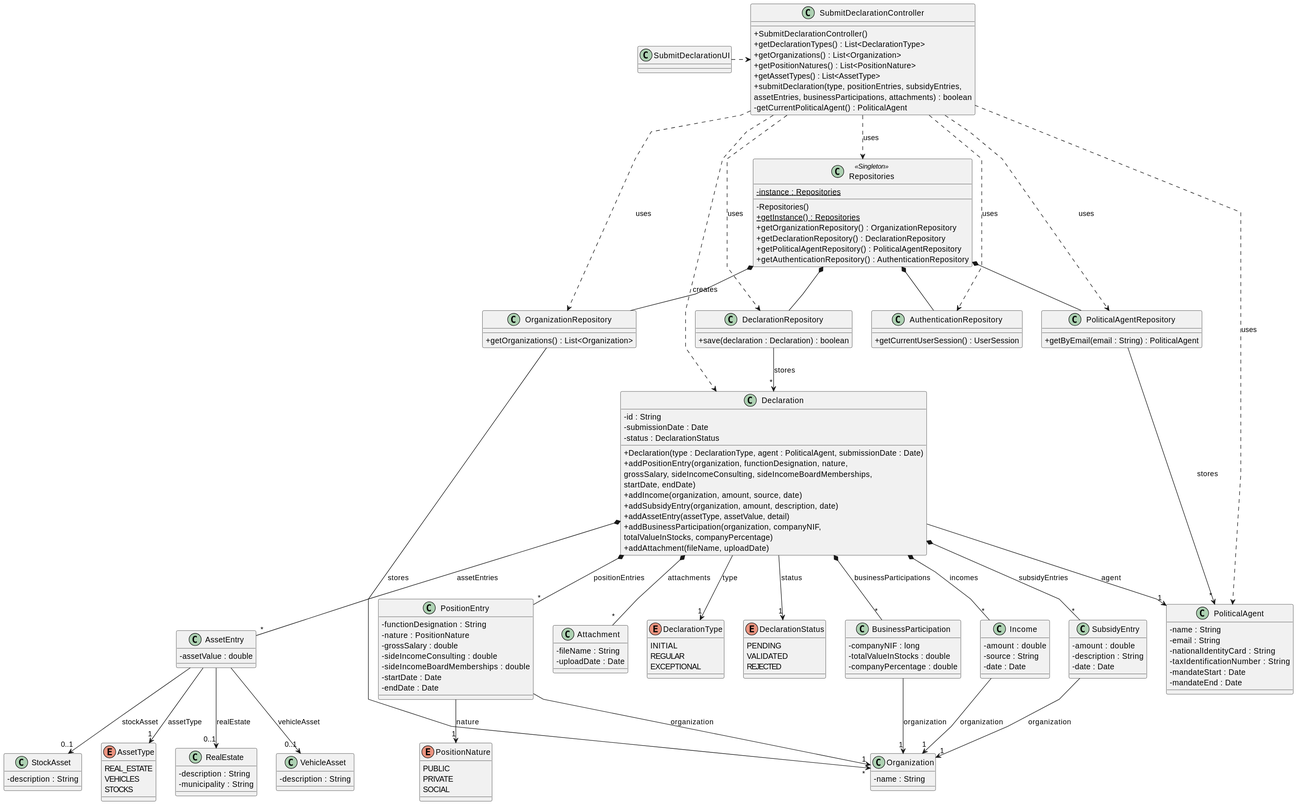
Before: docs/system-documentation/US06/03.design/svg/US06-CD.svg, a diagram exported from PlantUML (brunodspinto/crystal-clear-platform).
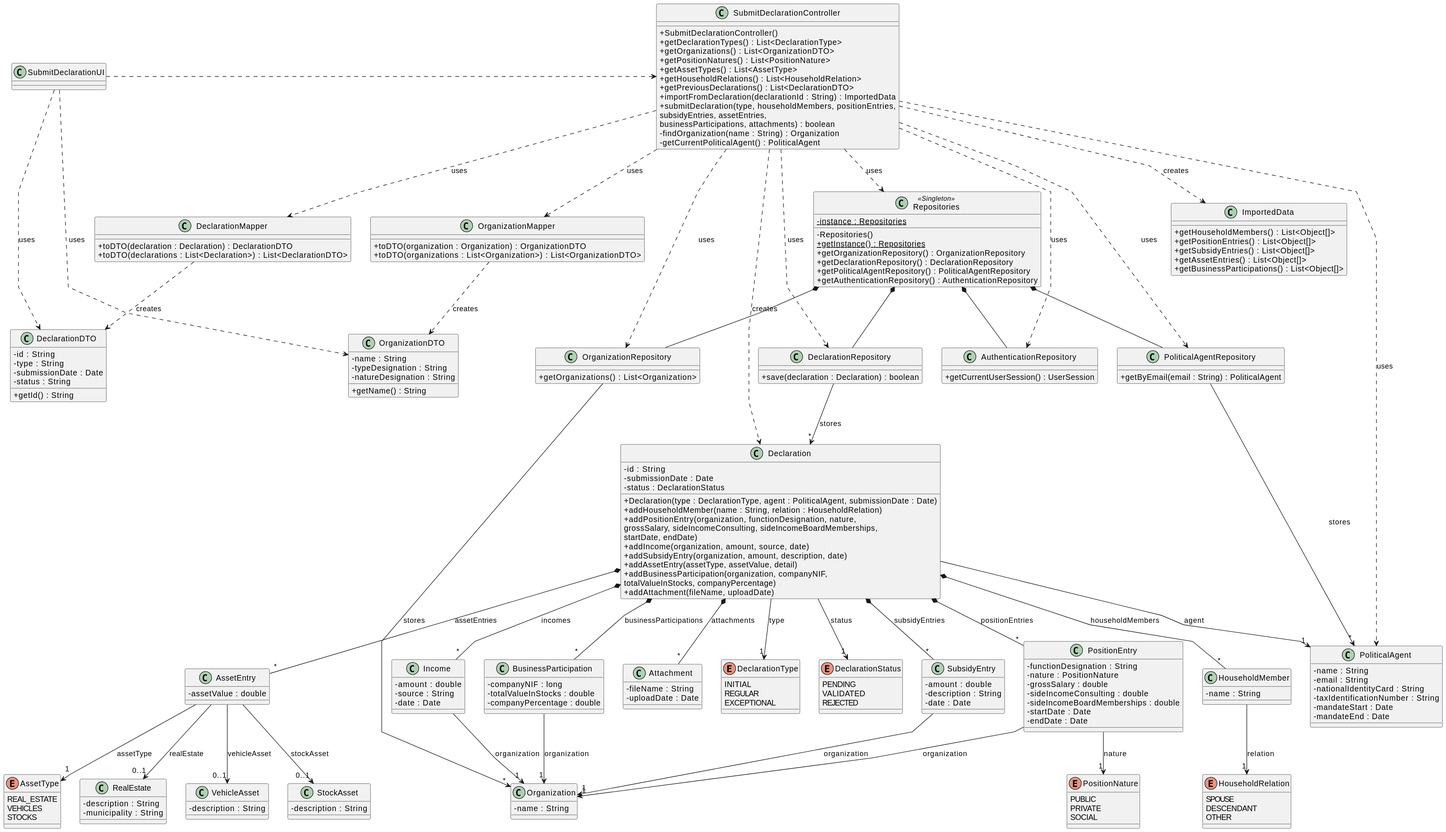
Above is the later version.

Commit message:
Updated the diagrams of US06 to include the DTOs

What changed in the source:
```diff
@@ -10,11 +10,48 @@
 class SubmitDeclarationController {
     + SubmitDeclarationController()
     + getDeclarationTypes() : List<DeclarationType>
-    + getOrganizations() : List<Organization>
+    + getOrganizations() : List<OrganizationDTO>
     + getPositionNatures() : List<PositionNature>
     + getAssetTypes() : List<AssetType>
-    + submitDeclaration(type, positionEntries, subsidyEntries,\nassetEntries, businessParticipations, attachments) : boolean
+    + getHouseholdRelations() : List<HouseholdRelation>
+    + getPreviousDeclarations() : List<DeclarationDTO>
+    + importFromDeclaration(declarationId : String) : ImportedData
+    + submitDeclaration(type, householdMembers, positionEntries,\nsubsidyEntries, assetEntries,\nbusinessParticipations, attachments) : boolean
+    - findOrganization(name : String) : Organization
     - getCurrentPoliticalAgent() : PoliticalAgent
+}
+
+class ImportedData {
+    + getHouseholdMembers() : List<Object[]>
+    + getPositionEntries() : List<Object[]>
+    + getSubsidyEntries() : List<Object[]>
+    + getAssetEntries() : List<Object[]>
+    + getBusinessParticipations() : List<Object[]>
+}
+
+class OrganizationDTO {
+    - name : String
+    - typeDesignation : String
+    - natureDesignation : String
+    + getName() : String
+}
+
+class DeclarationDTO {
+    - id : String
+    - type : String
+    - submissionDate : Date
+    - status : String
+    + getId() : String
+}
+
+class OrganizationMapper {
+    + toDTO(organization : Organization) : OrganizationDTO
+    + toDTO(organizations : List<Organization>) : List<OrganizationDTO>
+}
+
+class DeclarationMapper {
+    + toDTO(declaration : Declaration) : DeclarationDTO
+    + toDTO(declarations : List<Declaration>) : List<DeclarationDTO>
 }
 
 class Repositories <<Singleton>> {
@@ -57,12 +94,17 @@
     - submissionDate : Date
     - status : DeclarationStatus
     + Declaration(type : DeclarationType, agent : PoliticalAgent, submissionDate : Date)
+    + addHouseholdMember(name : String, relation : HouseholdRelation)
     + addPositionEntry(organization, functionDesignation, nature,\ngrossSalary, sideIncomeConsulting, sideIncomeBoardMemberships,\nstartDate, endDate)
     + addIncome(organization, amount, source, date)
     + addSubsidyEntry(organization, amount, description, date)
     + addAssetEntry(assetType, assetValue, detail)
     + addBusinessParticipation(organization, companyNIF,\ntotalValueInStocks, companyPercentage)
     + addAttachment(fileName, uploadDate)
+}
+
+class HouseholdMember {
+    - name : String
 }
 
 class PositionEntry {
@@ -137,6 +179,12 @@
     STOCKS
 }
 
+enum HouseholdRelation {
+    SPOUSE
+    DESCENDANT
+    OTHER
+}
+
 enum PositionNature {
     PUBLIC
     PRIVATE
@@ -144,6 +192,8 @@
 }
 
 SubmitDeclarationUI .> SubmitDeclarationController
+SubmitDeclarationUI ..> OrganizationDTO : uses
+SubmitDeclarationUI ..> DeclarationDTO : uses
 
 SubmitDeclarationController ..> Repositories : uses
 
@@ -153,6 +203,12 @@
 SubmitDeclarationController ..> AuthenticationRepository : uses
 SubmitDeclarationController ..> Declaration : creates
 SubmitDeclarationController ..> PoliticalAgent : uses
+SubmitDeclarationController ..> ImportedData : creates
+
+SubmitDeclarationController ..> OrganizationMapper : uses
+SubmitDeclarationController ..> DeclarationMapper : uses
+OrganizationMapper ..> OrganizationDTO : creates
+DeclarationMapper ..> DeclarationDTO : creates
 
 Repositories *-- OrganizationRepository
 Repositories *-- DeclarationRepository
@@ -166,12 +222,15 @@
 Declaration --> "1" PoliticalAgent : agent
 Declaration --> "1" DeclarationType : type
 Declaration --> "1" DeclarationStatus : status
+Declaration *-- "*" HouseholdMember : householdMembers
 Declaration *-- "*" PositionEntry : positionEntries
 Declaration *-- "*" Income : incomes
 Declaration *-- "*" SubsidyEntry : subsidyEntries
 Declaration *-- "*" AssetEntry : assetEntries
 Declaration *-- "*" BusinessParticipation : businessParticipations
 Declaration *-- "*" Attachment : attachments
+
+HouseholdMember --> "1" HouseholdRelation : relation
 
 PositionEntry --> "1" Organization : organization
 PositionEntry --> "1" PositionNature : nature
```
